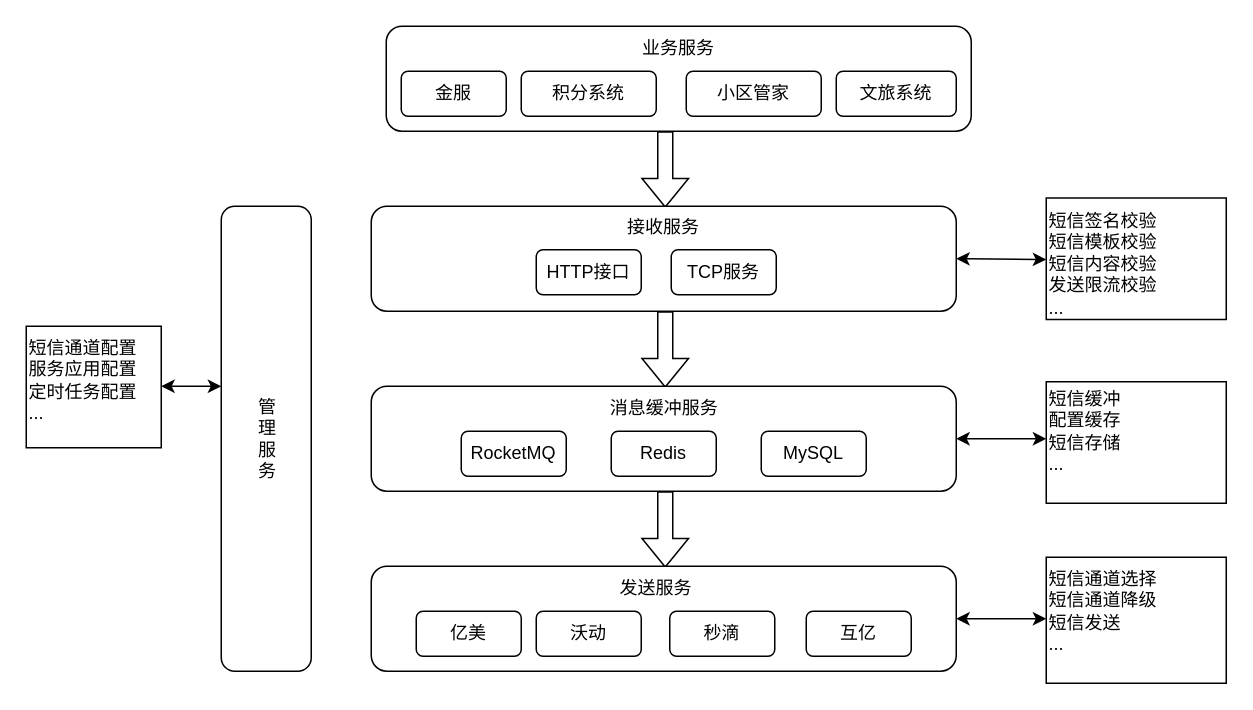
The draw.io diagram 业务架构.drawio in yueming158/draw, before the edit. Source tidied: cells renumbered, new cells numbered last; positions are measured from the earlier drawing's top-left corner, leaving out a move shared by most shapes. Both pictures are drawn from the tidied source at 150%, with x=0, y=0 at pixel (26, 26).
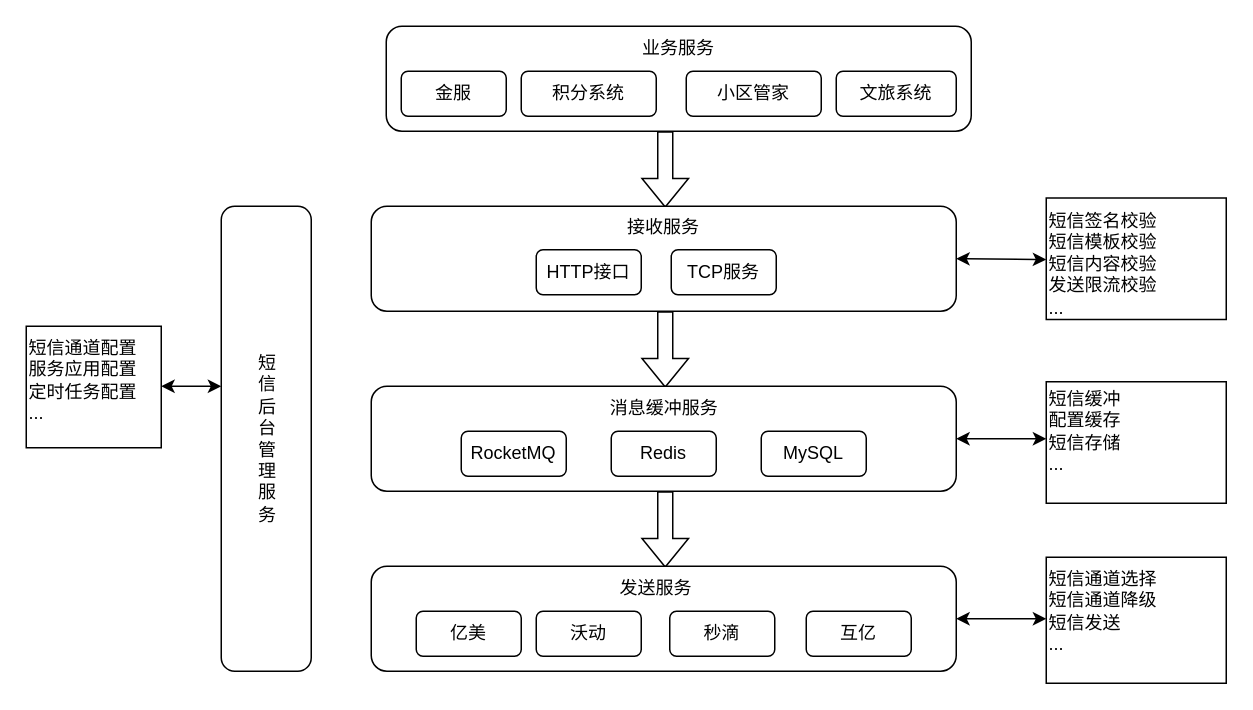
The same diagram, later.

Commit message:
更新业务架构.drawio

Unchanged cells that the change refers to:
```xml
<mxCell id="26" style="group;" parent="1" vertex="1">
  <mxGeometry x="130" y="120" width="60" height="310" as="geometry" />
</mxCell>
```

The edit, as a diff of the source:
```diff
@@
-    <mxCell id="28" value="管理服务" style="text;html=1;strokeColor=none;fillColor=none;align=center;verticalAlign=middle;whiteSpace=wrap;rounded=0;" parent="26" vertex="1">
+    <mxCell id="28" value="短信后台管理服务" style="text;html=1;strokeColor=none;fillColor=none;align=center;verticalAlign=middle;whiteSpace=wrap;rounded=0;" parent="26" vertex="1">
       <mxGeometry x="30" y="85" height="140" as="geometry" />
     </mxCell>
```
